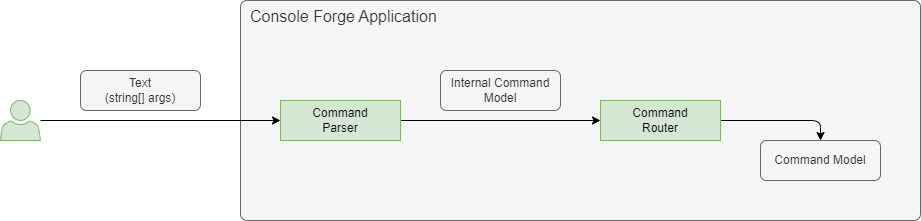
This is doc/internal-structure.drawio.png from lastunicorn/ConsoleTools.Commando, a draw.io export, as it was before one commit. Source tidied: cells renumbered, new cells last; positions are measured from the earlier drawing's top-left corner, leaving out a move shared by most shapes. Source of this version:
```xml
<mxGraphModel>
  <root>
    <mxCell id="0" />
    <mxCell id="1" parent="0" />
    <mxCell id="2" value="Console Forge Application" style="rounded=1;whiteSpace=wrap;html=1;fillColor=#f5f5f5;fontColor=#333333;strokeColor=#666666;arcSize=3;align=left;verticalAlign=top;spacingLeft=8;fontSize=16;" parent="1" vertex="1">
      <mxGeometry x="240" width="680" height="220" as="geometry" />
    </mxCell>
    <mxCell id="3" value="Text&lt;br&gt;(string[] args)" style="rounded=1;whiteSpace=wrap;html=1;fillColor=#f5f5f5;fontColor=#333333;strokeColor=#666666;" parent="1" vertex="1">
      <mxGeometry x="80" y="70" width="120" height="40" as="geometry" />
    </mxCell>
    <mxCell id="4" style="edgeStyle=orthogonalEdgeStyle;rounded=0;jettySize=auto;html=1;entryX=0;entryY=0.5;entryDx=0;entryDy=0;" parent="1" edge="1" source="11" target="6">
      <mxGeometry relative="1" as="geometry" />
    </mxCell>
    <mxCell id="5" style="edgeStyle=orthogonalEdgeStyle;rounded=0;jettySize=auto;html=1;exitX=1;exitY=0.5;exitDx=0;exitDy=0;entryX=0;entryY=0.5;entryDx=0;entryDy=0;" parent="1" edge="1" source="6" target="9">
      <mxGeometry relative="1" as="geometry" />
    </mxCell>
    <mxCell id="6" value="Command&lt;br&gt;Parser" style="rounded=0;whiteSpace=wrap;html=1;points=[&#10;[0,0],[0.125,0],[0.25,0],[0.375,0],[0.5,0],[0.625,0],[0.75,0],[0.875,0],&#10;[1,0],[1,0.125],[1,0.25],[1,0.375],[1,0.5],[1,0.625],[1,0.75],[1,0.875],&#10;[1,1],[0.875,1],[0.75,1],[0.625,1],[0.5,1],[0.375,1],[0.25,1],[0.125,1],&#10;[0,1],[0,0.875],[0,0.75],[0,0.625],[0,0.5],[0,0.375],[0,0.25],[0,0.125]&#10;];fillColor=#d5e8d4;strokeColor=#82b366;" parent="1" vertex="1">
      <mxGeometry x="280" y="100" width="120" height="40" as="geometry" />
    </mxCell>
    <mxCell id="7" value="Internal Command Model" style="rounded=1;whiteSpace=wrap;html=1;fillColor=#f5f5f5;strokeColor=#666666;fontColor=#333333;" parent="1" vertex="1">
      <mxGeometry x="440" y="70" width="120" height="40" as="geometry" />
    </mxCell>
    <mxCell id="8" style="edgeStyle=orthogonalEdgeStyle;rounded=1;jettySize=auto;html=1;exitX=1;exitY=0.5;exitDx=0;exitDy=0;entryX=0.5;entryY=0;entryDx=0;entryDy=0;" parent="1" edge="1" source="9" target="10">
      <mxGeometry relative="1" as="geometry" />
    </mxCell>
    <mxCell id="9" value="Command&lt;br&gt;Router" style="rounded=0;whiteSpace=wrap;html=1;points=[&#10;[0,0],[0.125,0],[0.25,0],[0.375,0],[0.5,0],[0.625,0],[0.75,0],[0.875,0],&#10;[1,0],[1,0.125],[1,0.25],[1,0.375],[1,0.5],[1,0.625],[1,0.75],[1,0.875],&#10;[1,1],[0.875,1],[0.75,1],[0.625,1],[0.5,1],[0.375,1],[0.25,1],[0.125,1],&#10;[0,1],[0,0.875],[0,0.75],[0,0.625],[0,0.5],[0,0.375],[0,0.25],[0,0.125]&#10;];fillColor=#d5e8d4;strokeColor=#82b366;" parent="1" vertex="1">
      <mxGeometry x="600" y="100" width="120" height="40" as="geometry" />
    </mxCell>
    <mxCell id="10" value="Command Model" style="rounded=1;whiteSpace=wrap;html=1;points=[&#10;[0,0],[0.125,0],[0.25,0],[0.375,0],[0.5,0],[0.625,0],[0.75,0],[0.875,0],&#10;[1,0],[1,0.125],[1,0.25],[1,0.375],[1,0.5],[1,0.625],[1,0.75],[1,0.875],&#10;[1,1],[0.875,1],[0.75,1],[0.625,1],[0.5,1],[0.375,1],[0.25,1],[0.125,1],&#10;[0,1],[0,0.875],[0,0.75],[0,0.625],[0,0.5],[0,0.375],[0,0.25],[0,0.125]&#10;];fillColor=#f5f5f5;fontColor=#333333;strokeColor=#666666;gradientDirection=east;" parent="1" vertex="1">
      <mxGeometry x="760" y="140" width="120" height="40" as="geometry" />
    </mxCell>
    <mxCell id="11" style="sketch=0;shadow=0;dashed=0;html=1;strokeColor=#82b366;fillColor=#d5e8d4;labelPosition=center;verticalLabelPosition=bottom;verticalAlign=top;outlineConnect=0;align=center;shape=mxgraph.office.users.user;rounded=1;" parent="1" vertex="1">
      <mxGeometry y="100" width="40" height="40" as="geometry" />
    </mxCell>
  </root>
</mxGraphModel>
```
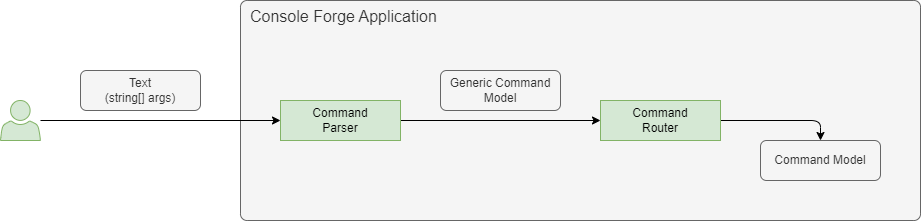
Later version of the same file.

The edit, as a diff of the source:
```diff
@@ -17,7 +17,7 @@
     <mxCell id="6" value="Command&lt;br&gt;Parser" style="rounded=0;whiteSpace=wrap;html=1;points=[&#10;[0,0],[0.125,0],[0.25,0],[0.375,0],[0.5,0],[0.625,0],[0.75,0],[0.875,0],&#10;[1,0],[1,0.125],[1,0.25],[1,0.375],[1,0.5],[1,0.625],[1,0.75],[1,0.875],&#10;[1,1],[0.875,1],[0.75,1],[0.625,1],[0.5,1],[0.375,1],[0.25,1],[0.125,1],&#10;[0,1],[0,0.875],[0,0.75],[0,0.625],[0,0.5],[0,0.375],[0,0.25],[0,0.125]&#10;];fillColor=#d5e8d4;strokeColor=#82b366;" parent="1" vertex="1">
       <mxGeometry x="280" y="100" width="120" height="40" as="geometry" />
     </mxCell>
-    <mxCell id="7" value="Internal Command Model" style="rounded=1;whiteSpace=wrap;html=1;fillColor=#f5f5f5;strokeColor=#666666;fontColor=#333333;" parent="1" vertex="1">
+    <mxCell id="7" value="Generic Command Model" style="rounded=1;whiteSpace=wrap;html=1;fillColor=#f5f5f5;strokeColor=#666666;fontColor=#333333;" parent="1" vertex="1">
       <mxGeometry x="440" y="70" width="120" height="40" as="geometry" />
     </mxCell>
     <mxCell id="8" style="edgeStyle=orthogonalEdgeStyle;rounded=1;jettySize=auto;html=1;exitX=1;exitY=0.5;exitDx=0;exitDy=0;entryX=0.5;entryY=0;entryDx=0;entryDy=0;" parent="1" edge="1" source="9" target="10">
```
